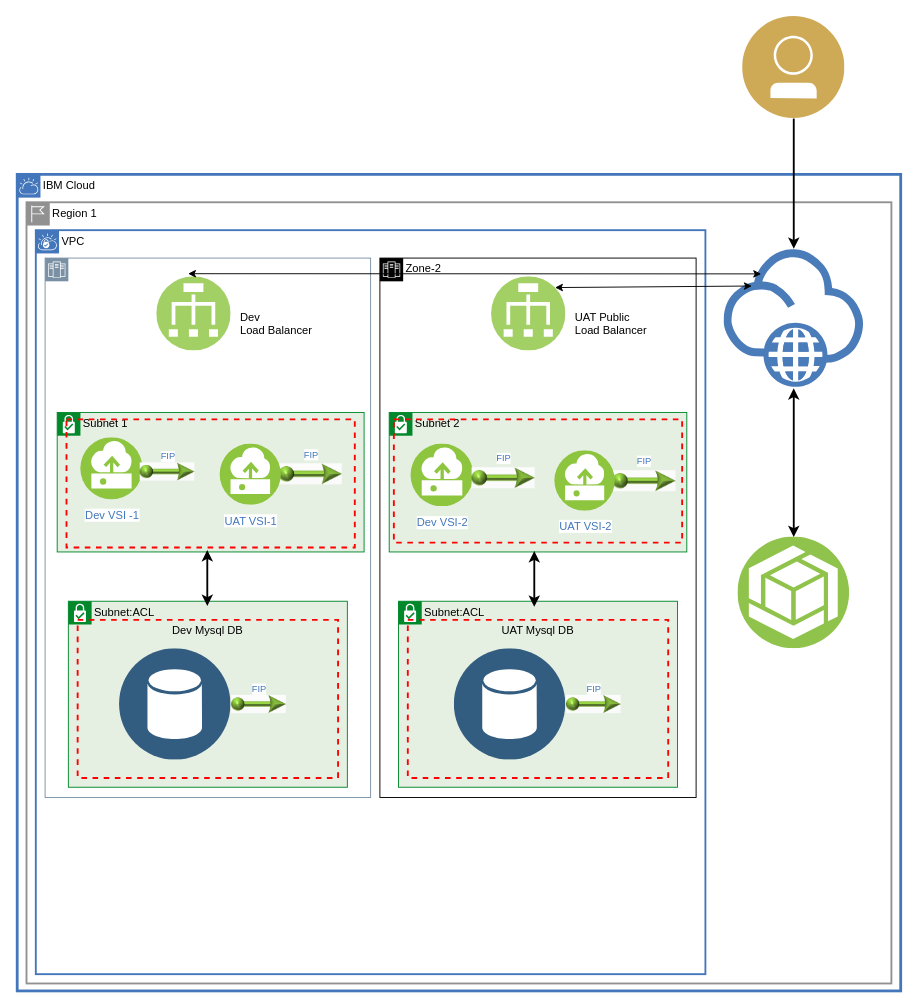
Before: Copy of terraform-digram-3-tier.drawio in vkshrivastva/diagrams, a draw.io diagram. Source tidied: cells renumbered, new cells numbered last; positions are measured from the earlier drawing's top-left corner, leaving out a move shared by most shapes. Both pictures are drawn from the tidied source at 93%, with x=0, y=0 at pixel (17, 16).
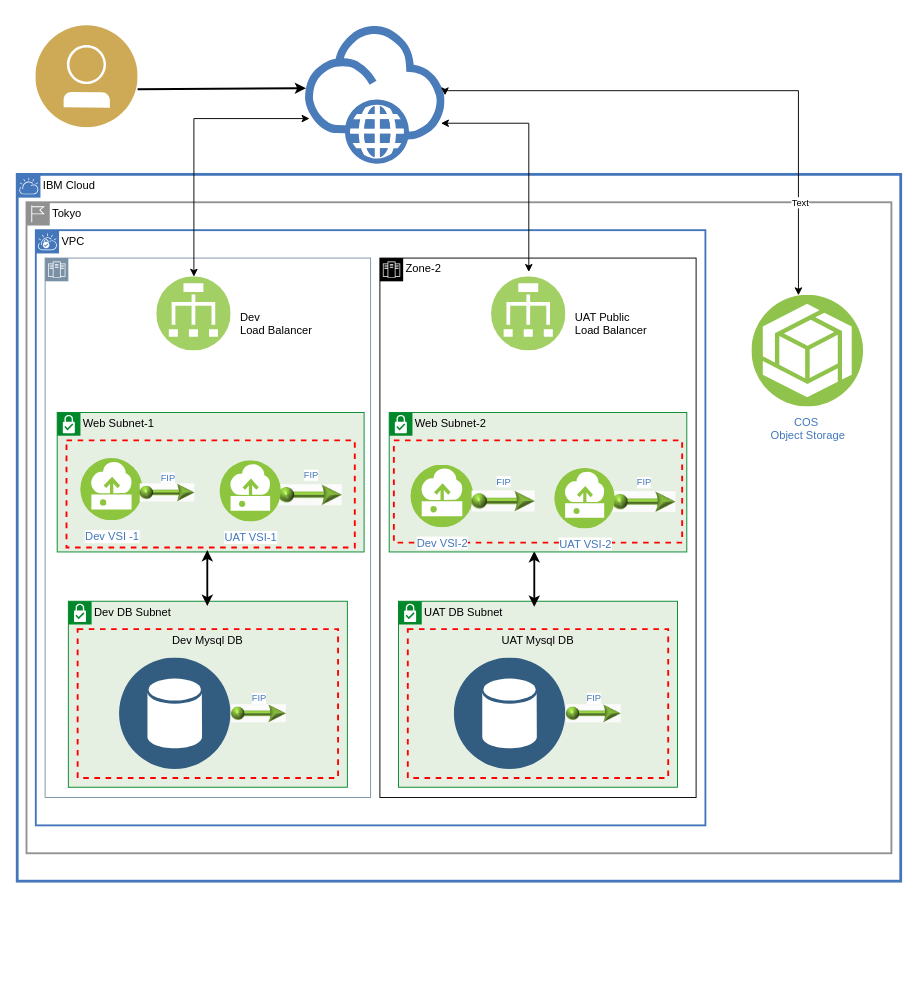
After the change.

Unchanged cells that the change refers to:
```xml
<mxCell id="5" value="Zone-2" style="shape=mxgraph.ibm.box;prType=zone;fontStyle=0;verticalAlign=top;align=left;spacingLeft=32;spacingTop=4;fillColor=none;rounded=0;whiteSpace=wrap;html=1;strokeColor=#000000;strokeWidth=1;dashed=0;spacing=-4;" parent="4" vertex="1">
  <mxGeometry x="370" y="30" width="340" height="580" as="geometry" />
</mxCell>
<mxCell id="7" style="group;" parent="6" vertex="1">
  <mxGeometry width="320" height="150" as="geometry" />
</mxCell>
<mxCell id="20" value="Zone-1" style="shape=mxgraph.ibm.box;prType=zone;fontStyle=0;verticalAlign=top;align=left;spacingLeft=32;spacingTop=4;fillColor=none;rounded=0;whiteSpace=wrap;html=1;strokeColor=#7A91A5;strokeWidth=1;dashed=0;spacing=-4;shadow=0;fontColor=#ffffff;gradientColor=#ffffff;" parent="4" vertex="1">
  <mxGeometry x="10" y="30" width="350" height="580" as="geometry" />
</mxCell>
<mxCell id="21" value="Dev &#10;Load Balancer" style="perimeter=ellipsePerimeter;align=left;shadow=0;dashed=0;fontColor=#000000;labelBackgroundColor=none;fontSize=12;spacingTop=-58;image;image=img/lib/ibm/vpc/LoadBalancer.svg;strokeColor=#999999;fillColor=none;opacity=80;labelBorderColor=none;whiteSpace=wrap;textDirection=ltr;verticalAlign=top;horizontal=1;direction=east;labelPosition=right;verticalLabelPosition=bottom;spacing=10;spacingBottom=6;spacingRight=5;" parent="20" vertex="1">
  <mxGeometry x="120" y="20" width="80" height="80" as="geometry" />
</mxCell>
<mxCell id="23" style="group;" parent="22" vertex="1">
  <mxGeometry x="3" y="-2" width="330" height="150" as="geometry" />
</mxCell>
```

Diff of the diagram source:
```diff
@@
     <mxCell id="2" value="IBM Cloud" style="shape=mxgraph.ibm.box;prType=cloud;fontStyle=0;verticalAlign=top;align=left;spacingLeft=32;spacingTop=4;fillColor=none;rounded=0;whiteSpace=wrap;html=1;strokeColor=#4376BB;strokeWidth=3;dashed=0;spacing=-4;fontSize=12;fontColor=#000000;" parent="1" vertex="1">
-      <mxGeometry y="170" width="950" height="878" as="geometry" />
+      <mxGeometry y="170" width="950" height="760" as="geometry" />
     </mxCell>
-    <mxCell id="3" value="Region 1" style="shape=mxgraph.ibm.box;prType=region;fontStyle=0;verticalAlign=top;align=left;spacingLeft=32;spacingTop=4;fillColor=none;rounded=0;whiteSpace=wrap;html=1;strokeColor=#919191;strokeWidth=2;dashed=0;spacing=-4;fontSize=12;fontColor=#000000;" parent="1" vertex="1">
-      <mxGeometry x="10" y="200" width="930" height="840" as="geometry" />
+    <mxCell id="3" value="Tokyo" style="shape=mxgraph.ibm.box;prType=region;fontStyle=0;verticalAlign=top;align=left;spacingLeft=32;spacingTop=4;fillColor=none;rounded=0;whiteSpace=wrap;html=1;strokeColor=#919191;strokeWidth=2;dashed=0;spacing=-4;fontSize=12;fontColor=#000000;" parent="1" vertex="1">
+      <mxGeometry x="10" y="200" width="930" height="700" as="geometry" />
     </mxCell>
     <mxCell id="4" value="VPC" style="shape=mxgraph.ibm.box;prType=vpc;fontStyle=0;verticalAlign=top;align=left;spacingLeft=32;spacingTop=4;fillColor=none;rounded=0;whiteSpace=wrap;html=1;strokeColor=#4376BB;strokeWidth=2;dashed=0;spacing=-4;horizontal=1;" parent="1" vertex="1">
-      <mxGeometry x="20" y="230" width="720" height="800" as="geometry" />
+      <mxGeometry x="20" y="230" width="720" height="640" as="geometry" />
     </mxCell>
@@
+    <mxCell id="14" value="UAT DB Subnet" style="shape=mxgraph.ibm.box;prType=subnet;fontStyle=0;verticalAlign=top;align=left;spacingLeft=32;spacingTop=4;fillColor=#E6F0E2;rounded=0;whiteSpace=wrap;html=1;strokeColor=#00882B;strokeWidth=1;dashed=0;spacing=-4;shadow=0;labelBackgroundColor=none;labelBorderColor=none;fontColor=#000000;" parent="5" vertex="1">
+      <mxGeometry x="20" y="369" width="300" height="200" as="geometry" />
+    </mxCell>
+    <mxCell id="15" value="UAT Mysql DB" style="fontStyle=0;verticalAlign=top;align=center;spacingTop=-2;fillColor=none;rounded=0;whiteSpace=wrap;html=1;strokeColor=#FF0000;strokeWidth=2;dashed=1;shadow=0;labelBackgroundColor=none;labelBorderColor=none;fontColor=#000000;" parent="14" vertex="1">
+      <mxGeometry x="10" y="30" width="280" height="160" as="geometry" />
+    </mxCell>
+    <mxCell id="16" style="perimeter=ellipsePerimeter;html=1;align=center;shadow=0;dashed=0;fontColor=#4277BB;labelBackgroundColor=#ffffff;fontSize=12;spacingTop=3;image;image=img/lib/ibm/data/data_services.svg;labelBorderColor=none;strokeColor=#000000;fillColor=none;" parent="15" vertex="1">
+      <mxGeometry x="50" y="31" width="120" height="120" as="geometry" />
+    </mxCell>
+    <mxCell id="17" value="FIP" style="perimeter=ellipsePerimeter;html=1;align=center;shadow=0;dashed=0;fontColor=#4277BB;labelBackgroundColor=#ffffff;fontSize=10;spacingTop=2;image;image=img/lib/ibm/vpc/FloatingIP.svg;labelBorderColor=none;strokeColor=#000000;fillColor=none;horizontal=1;verticalAlign=bottom;labelPosition=center;verticalLabelPosition=top;spacing=-20;" parent="15" vertex="1">
+      <mxGeometry x="170" y="61" width="60" height="60" as="geometry" />
+    </mxCell>
+    <mxCell id="18" style="endArrow=classic;startArrow=classic;html=1;rounded=0;fontColor=#000000;strokeWidth=2;" parent="5" edge="1">
+      <mxGeometry relative="1" as="geometry">
+        <mxPoint x="166" y="375" as="sourcePoint" />
+        <mxPoint x="166" y="315" as="targetPoint" />
+      </mxGeometry>
+    </mxCell>
+    <mxCell id="19" value="UAT Public&#10;Load Balancer" style="perimeter=ellipsePerimeter;align=left;shadow=0;dashed=0;fontColor=#000000;labelBackgroundColor=none;fontSize=12;spacingTop=-58;image;image=img/lib/ibm/vpc/LoadBalancer.svg;strokeColor=#999999;fillColor=none;opacity=80;labelBorderColor=none;whiteSpace=wrap;textDirection=ltr;verticalAlign=top;horizontal=1;direction=east;labelPosition=right;verticalLabelPosition=bottom;spacing=10;spacingBottom=6;spacingRight=5;" parent="5" vertex="1">
+      <mxGeometry x="120" y="20" width="80" height="80" as="geometry" />
+    </mxCell>
@@
-    <mxCell id="8" value="&lt;font color=&quot;#000000&quot;&gt;Subnet 2&lt;/font&gt;" style="shape=mxgraph.ibm.box;prType=subnet;fontStyle=0;verticalAlign=top;align=left;spacingLeft=32;spacingTop=4;fillColor=#E6F0E2;rounded=0;whiteSpace=wrap;html=1;strokeColor=#00882B;strokeWidth=1;dashed=0;spacing=-4;fontSize=12;fontColor=#FFFFFF;" parent="7" vertex="1">
+    <mxCell id="8" value="&lt;font color=&quot;#000000&quot;&gt;Web Subnet-2&lt;/font&gt;" style="shape=mxgraph.ibm.box;prType=subnet;fontStyle=0;verticalAlign=top;align=left;spacingLeft=32;spacingTop=4;fillColor=#E6F0E2;rounded=0;whiteSpace=wrap;html=1;strokeColor=#00882B;strokeWidth=1;dashed=0;spacing=-4;fontSize=12;fontColor=#FFFFFF;" parent="7" vertex="1">
       <mxGeometry width="320" height="150" as="geometry" />
     </mxCell>
     <mxCell id="9" style="fontStyle=0;verticalAlign=top;align=center;spacingTop=-2;fillColor=none;rounded=0;whiteSpace=wrap;html=1;strokeColor=#FF0000;strokeWidth=2;dashed=1;shadow=0;labelBackgroundColor=none;labelBorderColor=none;fontColor=#000000;" parent="8" vertex="1">
-      <mxGeometry x="5" y="7.5" width="310" height="132.5" as="geometry" />
+      <mxGeometry x="5" y="30" width="310" height="110" as="geometry" />
     </mxCell>
@@
     <mxCell id="12" value="FIP" style="perimeter=ellipsePerimeter;html=1;align=center;shadow=0;dashed=0;fontColor=#4277BB;labelBackgroundColor=#ffffff;fontSize=10;spacingTop=2;image;image=img/lib/ibm/vpc/FloatingIP.svg;labelBorderColor=none;strokeColor=#000000;fillColor=none;horizontal=1;verticalAlign=bottom;labelPosition=center;verticalLabelPosition=top;spacing=-20;" parent="7" vertex="1">
-      <mxGeometry x="88.4" y="36.1" width="69.2" height="69.2" as="geometry" />
+      <mxGeometry x="88.4" y="61.1" width="69.2" height="69.2" as="geometry" />
     </mxCell>
     <mxCell id="13" value="UAT VSI-2" style="perimeter=ellipsePerimeter;html=1;align=center;shadow=0;dashed=0;fontColor=#4277BB;labelBackgroundColor=#ffffff;fontSize=12;spacingTop=3;image;image=img/lib/ibm/vpc/Instance.svg;strokeColor=#0000FF;fillColor=#B3B3B3;" parent="7" vertex="1">
-      <mxGeometry x="170" y="41.2" width="81.2" height="65" as="geometry" />
+      <mxGeometry x="170" y="60.2" width="81.2" height="65" as="geometry" />
     </mxCell>
-    <mxCell id="14" value="Subnet:ACL" style="shape=mxgraph.ibm.box;prType=subnet;fontStyle=0;verticalAlign=top;align=left;spacingLeft=32;spacingTop=4;fillColor=#E6F0E2;rounded=0;whiteSpace=wrap;html=1;strokeColor=#00882B;strokeWidth=1;dashed=0;spacing=-4;shadow=0;labelBackgroundColor=none;labelBorderColor=none;fontColor=#000000;" parent="5" vertex="1">
-      <mxGeometry x="20" y="369" width="300" height="200" as="geometry" />
-    </mxCell>
-    <mxCell id="15" value="UAT Mysql DB" style="fontStyle=0;verticalAlign=top;align=center;spacingTop=-2;fillColor=none;rounded=0;whiteSpace=wrap;html=1;strokeColor=#FF0000;strokeWidth=2;dashed=1;shadow=0;labelBackgroundColor=none;labelBorderColor=none;fontColor=#000000;" parent="14" vertex="1">
-      <mxGeometry x="10" y="20" width="280" height="170" as="geometry" />
-    </mxCell>
-    <mxCell id="16" style="perimeter=ellipsePerimeter;html=1;align=center;shadow=0;dashed=0;fontColor=#4277BB;labelBackgroundColor=#ffffff;fontSize=12;spacingTop=3;image;image=img/lib/ibm/data/data_services.svg;labelBorderColor=none;strokeColor=#000000;fillColor=none;" parent="15" vertex="1">
-      <mxGeometry x="50" y="31" width="120" height="120" as="geometry" />
-    </mxCell>
-    <mxCell id="17" value="FIP" style="perimeter=ellipsePerimeter;html=1;align=center;shadow=0;dashed=0;fontColor=#4277BB;labelBackgroundColor=#ffffff;fontSize=10;spacingTop=2;image;image=img/lib/ibm/vpc/FloatingIP.svg;labelBorderColor=none;strokeColor=#000000;fillColor=none;horizontal=1;verticalAlign=bottom;labelPosition=center;verticalLabelPosition=top;spacing=-20;" parent="15" vertex="1">
-      <mxGeometry x="170" y="61" width="60" height="60" as="geometry" />
-    </mxCell>
-    <mxCell id="18" style="endArrow=classic;startArrow=classic;html=1;rounded=0;fontColor=#000000;strokeWidth=2;" parent="5" edge="1">
-      <mxGeometry relative="1" as="geometry">
-        <mxPoint x="166" y="375" as="sourcePoint" />
-        <mxPoint x="166" y="315" as="targetPoint" />
-      </mxGeometry>
-    </mxCell>
-    <mxCell id="19" value="UAT Public&#10;Load Balancer" style="perimeter=ellipsePerimeter;align=left;shadow=0;dashed=0;fontColor=#000000;labelBackgroundColor=none;fontSize=12;spacingTop=-58;image;image=img/lib/ibm/vpc/LoadBalancer.svg;strokeColor=#999999;fillColor=none;opacity=80;labelBorderColor=none;whiteSpace=wrap;textDirection=ltr;verticalAlign=top;horizontal=1;direction=east;labelPosition=right;verticalLabelPosition=bottom;spacing=10;spacingBottom=6;spacingRight=5;" parent="5" vertex="1">
-      <mxGeometry x="120" y="20" width="80" height="80" as="geometry" />
-    </mxCell>
@@
-    <mxCell id="24" value="&lt;font color=&quot;#000000&quot;&gt;Subnet 1&lt;/font&gt;" style="shape=mxgraph.ibm.box;prType=subnet;fontStyle=0;verticalAlign=top;align=left;spacingLeft=32;spacingTop=4;fillColor=#E6F0E2;rounded=0;whiteSpace=wrap;html=1;strokeColor=#00882B;strokeWidth=1;dashed=0;spacing=-4;fontSize=12;fontColor=#FFFFFF;" parent="23" vertex="1">
+    <mxCell id="24" value="&lt;font color=&quot;#000000&quot;&gt;Web Subnet-1&lt;/font&gt;" style="shape=mxgraph.ibm.box;prType=subnet;fontStyle=0;verticalAlign=top;align=left;spacingLeft=32;spacingTop=4;fillColor=#E6F0E2;rounded=0;whiteSpace=wrap;html=1;strokeColor=#00882B;strokeWidth=1;dashed=0;spacing=-4;fontSize=12;fontColor=#FFFFFF;" parent="23" vertex="1">
       <mxGeometry width="330" height="150" as="geometry" />
     </mxCell>
     <mxCell id="25" style="fontStyle=0;verticalAlign=top;align=center;spacingTop=-2;fillColor=none;rounded=0;whiteSpace=wrap;html=1;strokeColor=#FF0000;strokeWidth=2;dashed=1;shadow=0;labelBackgroundColor=none;labelBorderColor=none;fontColor=#000000;" parent="23" vertex="1">
-      <mxGeometry x="10" y="7.5" width="310" height="137.7" as="geometry" />
+      <mxGeometry x="10" y="30" width="310" height="115.2" as="geometry" />
     </mxCell>
@@
     <mxCell id="29" value="UAT VSI-1" style="perimeter=ellipsePerimeter;html=1;align=center;shadow=0;dashed=0;fontColor=#4277BB;labelBackgroundColor=#ffffff;fontSize=12;spacingTop=3;image;image=img/lib/ibm/vpc/Instance.svg;strokeColor=#0000FF;fillColor=#B3B3B3;" parent="23" vertex="1">
-      <mxGeometry x="167" y="34" width="82.2" height="65.8" as="geometry" />
+      <mxGeometry x="167" y="52" width="82.2" height="65.8" as="geometry" />
     </mxCell>
-    <mxCell id="30" value="Subnet:ACL" style="shape=mxgraph.ibm.box;prType=subnet;fontStyle=0;verticalAlign=top;align=left;spacingLeft=32;spacingTop=4;fillColor=#E6F0E2;rounded=0;whiteSpace=wrap;html=1;strokeColor=#00882B;strokeWidth=1;dashed=0;spacing=-4;shadow=0;labelBackgroundColor=none;labelBorderColor=none;fontColor=#000000;" parent="20" vertex="1">
+    <mxCell id="30" value="Dev DB Subnet" style="shape=mxgraph.ibm.box;prType=subnet;fontStyle=0;verticalAlign=top;align=left;spacingLeft=32;spacingTop=4;fillColor=#E6F0E2;rounded=0;whiteSpace=wrap;html=1;strokeColor=#00882B;strokeWidth=1;dashed=0;spacing=-4;shadow=0;labelBackgroundColor=none;labelBorderColor=none;fontColor=#000000;" parent="20" vertex="1">
       <mxGeometry x="25" y="369" width="300" height="200" as="geometry" />
     </mxCell>
     <mxCell id="31" value="Dev Mysql DB" style="fontStyle=0;verticalAlign=top;align=center;spacingTop=-2;fillColor=none;rounded=0;whiteSpace=wrap;html=1;strokeColor=#FF0000;strokeWidth=2;dashed=1;shadow=0;labelBackgroundColor=none;labelBorderColor=none;fontColor=#000000;" parent="30" vertex="1">
-      <mxGeometry x="10" y="20" width="280" height="170" as="geometry" />
+      <mxGeometry x="10" y="30" width="280" height="160" as="geometry" />
     </mxCell>
@@
     <mxCell id="35" style="perimeter=ellipsePerimeter;html=1;align=center;shadow=0;dashed=0;fontColor=#4277BB;labelBackgroundColor=#ffffff;fontSize=12;spacingTop=3;image;image=img/lib/ibm/users/user.svg;strokeColor=#999999;fillColor=none;opacity=80;imageBorder=none;" parent="1" vertex="1">
-      <mxGeometry x="780" width="110" height="110" as="geometry" />
+      <mxGeometry x="20" y="10" width="110" height="110" as="geometry" />
     </mxCell>
     <mxCell id="36" style="perimeter=ellipsePerimeter;html=1;align=center;shadow=0;dashed=0;fontColor=#4277BB;labelBackgroundColor=none;fontSize=12;spacingTop=3;image;image=img/lib/ibm/vpc/Internet.svg;strokeColor=#999999;fillColor=none;opacity=70;imageBorder=none;" parent="1" vertex="1">
-      <mxGeometry x="760" y="250" width="150" height="150" as="geometry" />
+      <mxGeometry x="310" y="10" width="150" height="150" as="geometry" />
     </mxCell>
-    <mxCell id="37" style="html=1;labelBackgroundColor=#ffffff;endArrow=classic;endFill=1;endSize=6;jettySize=auto;strokeWidth=2;fontSize=14;rounded=0;fontColor=#000000;exitX=0.5;exitY=1;exitDx=0;exitDy=0;entryX=0.5;entryY=0;entryDx=0;entryDy=0;" parent="1" edge="1" source="35" target="36">
+    <mxCell id="37" style="html=1;labelBackgroundColor=#ffffff;endArrow=classic;endFill=1;endSize=6;jettySize=auto;strokeWidth=2;fontSize=14;rounded=0;fontColor=#000000;exitX=0.995;exitY=0.622;exitDx=0;exitDy=0;entryX=0.004;entryY=0.449;entryDx=0;entryDy=0;exitPerimeter=0;entryPerimeter=0;" parent="1" edge="1" source="35" target="36">
       <mxGeometry relative="1" as="geometry" />
     </mxCell>
-    <mxCell id="38" style="perimeter=ellipsePerimeter;html=1;align=center;shadow=0;dashed=0;fontColor=#4277BB;labelBackgroundColor=#ffffff;fontSize=12;spacingTop=3;image;image=img/lib/ibm/vpc/ObjectStorage.svg;labelBorderColor=none;strokeColor=#000000;fillColor=none;" parent="1" vertex="1">
-      <mxGeometry x="775" y="560" width="120" height="120" as="geometry" />
+    <mxCell id="38" value="COS&amp;nbsp;&lt;br&gt;Object Storage" style="perimeter=ellipsePerimeter;html=1;align=center;shadow=0;dashed=0;fontColor=#4277BB;labelBackgroundColor=#ffffff;fontSize=12;spacingTop=3;image;image=img/lib/ibm/vpc/ObjectStorage.svg;labelBorderColor=none;strokeColor=#000000;fillColor=none;" parent="1" vertex="1">
+      <mxGeometry x="790" y="300" width="120" height="120" as="geometry" />
     </mxCell>
-    <mxCell id="39" style="html=1;labelBackgroundColor=#ffffff;startArrow=classic;startFill=1;startSize=6;endArrow=classic;endFill=1;endSize=6;jettySize=auto;strokeWidth=1;fontSize=14;rounded=0;fontColor=#000000;entryX=0.2;entryY=0.267;entryDx=0;entryDy=0;entryPerimeter=0;exitX=1;exitY=0;exitDx=0;exitDy=0;" parent="1" edge="1" source="19" target="36">
-      <mxGeometry relative="1" as="geometry" />
-    </mxCell>
-    <mxCell id="40" style="html=1;labelBackgroundColor=#ffffff;startArrow=classic;startFill=1;startSize=6;endArrow=classic;endFill=1;endSize=6;jettySize=auto;strokeWidth=1;fontSize=14;rounded=0;fontColor=#000000;exitX=0.421;exitY=-0.04;exitDx=0;exitDy=0;exitPerimeter=0;" parent="1" edge="1" source="21">
-      <mxGeometry relative="1" as="geometry">
-        <mxPoint x="800" y="277" as="targetPoint" />
-      </mxGeometry>
-    </mxCell>
-    <mxCell id="41" style="html=1;labelBackgroundColor=#ffffff;startArrow=classic;startFill=1;startSize=6;endArrow=classic;endFill=1;endSize=6;jettySize=auto;strokeWidth=2;fontSize=14;rounded=0;fontColor=#000000;entryX=0.5;entryY=1;entryDx=0;entryDy=0;exitX=0.5;exitY=0;exitDx=0;exitDy=0;" parent="1" edge="1" source="38" target="36">
-      <mxGeometry relative="1" as="geometry" />
-    </mxCell>
+    <mxCell id="42" style="edgeStyle=elbowEdgeStyle;rounded=0;elbow=vertical;html=1;labelBackgroundColor=#ffffff;startArrow=classic;startFill=1;startSize=6;endArrow=classic;endFill=1;endSize=6;jettySize=auto;strokeWidth=1;fontSize=14;fontColor=#000000;entryX=0.417;entryY=0;entryDx=0;entryDy=0;entryPerimeter=0;exitX=1;exitY=0.5;exitDx=0;exitDy=0;" parent="1" edge="1" source="36" target="38">
+      <mxGeometry relative="1" as="geometry">
+        <Array as="points">
+          <mxPoint x="680" y="80" />
+        </Array>
+      </mxGeometry>
+    </mxCell>
+    <mxCell id="43" value="Text" style="edgeLabel;html=1;align=center;verticalAlign=middle;fontSize=10;fontColor=#000000;" parent="42" vertex="1">
+      <mxGeometry x="0.67" y="1" relative="1" as="geometry" />
+    </mxCell>
+    <mxCell id="44" style="edgeStyle=elbowEdgeStyle;rounded=0;elbow=vertical;html=1;labelBackgroundColor=#ffffff;startArrow=classic;startFill=1;startSize=6;endArrow=classic;endFill=1;endSize=6;jettySize=auto;strokeWidth=1;fontSize=14;fontColor=#000000;exitX=0.5;exitY=0;exitDx=0;exitDy=0;" parent="1" edge="1" source="21" target="36">
+      <mxGeometry relative="1" as="geometry">
+        <Array as="points">
+          <mxPoint x="220" y="110" />
+        </Array>
+      </mxGeometry>
+    </mxCell>
+    <mxCell id="45" style="edgeStyle=elbowEdgeStyle;rounded=0;elbow=vertical;html=1;labelBackgroundColor=#ffffff;startArrow=classic;startFill=1;startSize=6;endArrow=classic;endFill=1;endSize=6;jettySize=auto;orthogonalLoop=1;strokeWidth=1;fontSize=14;fontColor=#000000;exitX=0.471;exitY=0.017;exitDx=0;exitDy=0;exitPerimeter=0;" parent="1" edge="1">
+      <mxGeometry relative="1" as="geometry">
+        <mxPoint x="550.1" y="274.9" as="sourcePoint" />
+        <mxPoint x="455.7" y="115" as="targetPoint" />
+        <Array as="points">
+          <mxPoint x="490" y="115" />
+          <mxPoint x="510" y="135" />
+        </Array>
+      </mxGeometry>
+    </mxCell>
```
